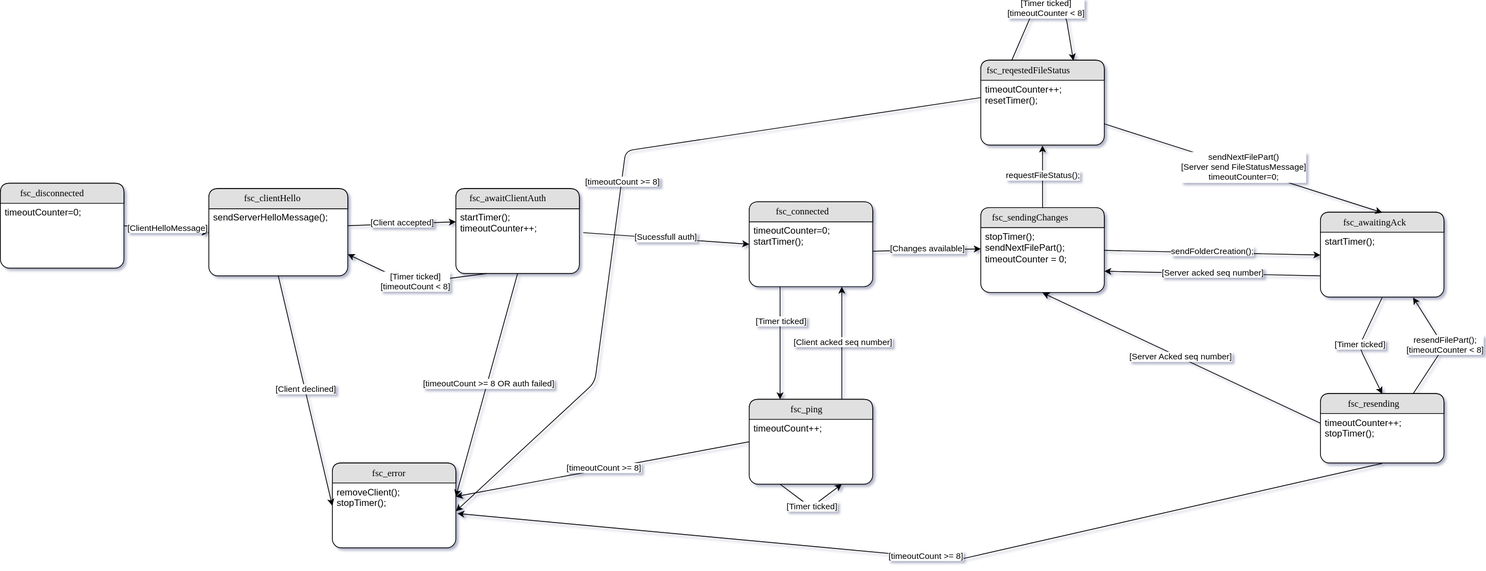
This is FileServerClientStateChart.svg from COM8/proto-assignments, a draw.io export, as it was before one commit. Source tidied: cells renumbered, new cells last; positions are measured from the earlier drawing's top-left corner, leaving out a move shared by most shapes.
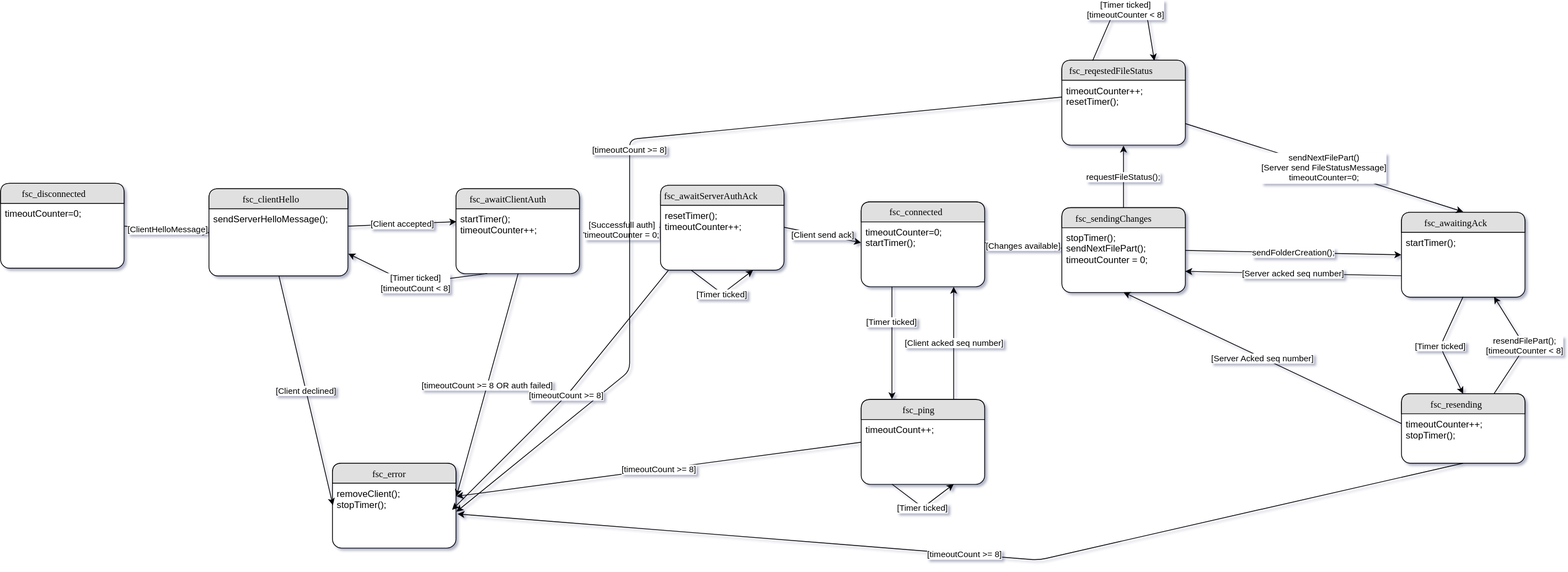
The same file after the commit.

Commit message:
Updated the state chart

What changed in the source:
```diff
@@ -3,37 +3,37 @@
     <mxCell id="0" />
     <mxCell id="1" parent="0" />
     <mxCell id="2" value="fsc_disconnected" style="swimlane;html=1;fontStyle=0;horizontal=1;startSize=26;fillColor=#e0e0e0;swimlaneFillColor=#ffffff;align=center;rounded=1;shadow=0;comic=0;labelBackgroundColor=none;strokeColor=#000000;strokeWidth=1;fontFamily=Verdana;fontSize=12;fontColor=#000000;" parent="1" vertex="1">
-      <mxGeometry y="229" width="160" height="110" as="geometry" />
+      <mxGeometry x="-105" y="229" width="160" height="110" as="geometry" />
     </mxCell>
     <mxCell id="3" value="&lt;div&gt;timeoutCounter=0;&lt;/div&gt;" style="text;html=1;strokeColor=none;fillColor=none;spacingLeft=4;spacingRight=4;whiteSpace=wrap;overflow=hidden;" parent="2" vertex="1">
       <mxGeometry y="26" width="160" height="44" as="geometry" />
     </mxCell>
     <mxCell id="4" value="fsc_clientHello" style="swimlane;html=1;fontStyle=0;horizontal=1;startSize=26;fillColor=#e0e0e0;swimlaneFillColor=#ffffff;align=center;rounded=1;shadow=0;comic=0;labelBackgroundColor=none;strokeColor=#000000;strokeWidth=1;fontFamily=Verdana;fontSize=12;fontColor=#000000;" parent="1" vertex="1">
-      <mxGeometry x="270" y="236" width="180" height="113" as="geometry" />
+      <mxGeometry x="165" y="236" width="180" height="113" as="geometry" />
     </mxCell>
     <mxCell id="5" value="&lt;div&gt;sendServerHelloMessage();&lt;/div&gt;" style="text;html=1;strokeColor=none;fillColor=none;spacingLeft=4;spacingRight=4;whiteSpace=wrap;overflow=hidden;points=[[0,0.5],[1,0.5]];portConstraint=eastwest;" parent="4" vertex="1">
       <mxGeometry y="26" width="180" height="44" as="geometry" />
     </mxCell>
     <mxCell id="6" value="fsc_awaitClientAuth" style="swimlane;html=1;fontStyle=0;horizontal=1;startSize=26;fillColor=#e0e0e0;swimlaneFillColor=#ffffff;align=center;rounded=1;shadow=0;comic=0;labelBackgroundColor=none;strokeColor=#000000;strokeWidth=1;fontFamily=Verdana;fontSize=12;fontColor=#000000;" parent="1" vertex="1">
-      <mxGeometry x="590" y="236" width="160" height="110" as="geometry" />
+      <mxGeometry x="485" y="236" width="160" height="110" as="geometry" />
     </mxCell>
     <mxCell id="7" value="&lt;div&gt;startTimer();&lt;/div&gt;&lt;div&gt;timeoutCounter++;&lt;br&gt;&lt;/div&gt;" style="text;html=1;strokeColor=none;fillColor=none;spacingLeft=4;spacingRight=4;whiteSpace=wrap;overflow=hidden;points=[[0,0.5],[1,0.5]];portConstraint=eastwest;" parent="6" vertex="1">
       <mxGeometry y="26" width="160" height="34" as="geometry" />
     </mxCell>
     <mxCell id="8" value="fsc_ping" style="swimlane;html=1;fontStyle=0;horizontal=1;startSize=26;fillColor=#e0e0e0;swimlaneFillColor=#ffffff;align=center;rounded=1;shadow=0;comic=0;labelBackgroundColor=none;strokeColor=#000000;strokeWidth=1;fontFamily=Verdana;fontSize=12;fontColor=#000000;" parent="1" vertex="1">
-      <mxGeometry x="970" y="509" width="160" height="110" as="geometry" />
+      <mxGeometry x="1010" y="509" width="160" height="110" as="geometry" />
     </mxCell>
     <mxCell id="9" value="timeoutCount++;" style="text;html=1;strokeColor=none;fillColor=none;spacingLeft=4;spacingRight=4;whiteSpace=wrap;overflow=hidden;" parent="8" vertex="1">
       <mxGeometry y="26" width="160" height="26" as="geometry" />
     </mxCell>
     <mxCell id="10" value="fsc_connected" style="swimlane;html=1;fontStyle=0;horizontal=1;startSize=26;fillColor=#e0e0e0;swimlaneFillColor=#ffffff;align=center;rounded=1;shadow=0;comic=0;labelBackgroundColor=none;strokeColor=#000000;strokeWidth=1;fontFamily=Verdana;fontSize=12;fontColor=#000000;" parent="1" vertex="1">
-      <mxGeometry x="970" y="253" width="160" height="110" as="geometry" />
+      <mxGeometry x="1010" y="253" width="160" height="110" as="geometry" />
     </mxCell>
     <mxCell id="11" value="&lt;div&gt;timeoutCounter=0;&lt;/div&gt;&lt;div&gt;startTimer();&lt;br&gt;&lt;/div&gt;" style="text;html=1;strokeColor=none;fillColor=none;spacingLeft=4;spacingRight=4;whiteSpace=wrap;overflow=hidden;points=[[0,0.5],[1,0.5]];portConstraint=eastwest;" parent="10" vertex="1">
       <mxGeometry y="26" width="160" height="54" as="geometry" />
     </mxCell>
     <mxCell id="12" value="fsc_error" style="swimlane;html=1;fontStyle=0;horizontal=1;startSize=26;fillColor=#e0e0e0;swimlaneFillColor=#ffffff;align=center;rounded=1;shadow=0;comic=0;labelBackgroundColor=none;strokeColor=#000000;strokeWidth=1;fontFamily=Verdana;fontSize=12;fontColor=#000000;" parent="1" vertex="1">
-      <mxGeometry x="430" y="591.5" width="160" height="110" as="geometry" />
+      <mxGeometry x="325" y="591.5" width="160" height="110" as="geometry" />
     </mxCell>
     <mxCell id="13" value="&lt;div&gt;removeClient();&lt;/div&gt;&lt;div&gt;stopTimer();&lt;br&gt;&lt;/div&gt;" style="text;html=1;strokeColor=none;fillColor=none;spacingLeft=4;spacingRight=4;whiteSpace=wrap;overflow=hidden;points=[[0,0.5],[1,0.5]];portConstraint=eastwest;" parent="12" vertex="1">
       <mxGeometry y="26" width="160" height="34" as="geometry" />
@@ -50,14 +50,14 @@
     <mxCell id="17" value="&lt;div&gt;[Timer ticked]&lt;/div&gt;&lt;div&gt;[timeoutCount &amp;lt; 8]&lt;br&gt;&lt;/div&gt;" style="endArrow=classic;html=1;exitX=0.25;exitY=1;entryX=1;entryY=0.75;" parent="1" edge="1" source="6" target="4">
       <mxGeometry relative="1" as="geometry">
         <Array as="points">
-          <mxPoint x="530" y="359" />
+          <mxPoint x="425" y="359" />
         </Array>
       </mxGeometry>
     </mxCell>
     <mxCell id="18" value="[timeoutCount &amp;gt;= 8 OR auth failed]" style="endArrow=classic;html=1;exitX=0.5;exitY=1;entryX=1;entryY=0.5;" parent="1" edge="1" source="6" target="13">
       <mxGeometry relative="1" as="geometry" />
     </mxCell>
-    <mxCell id="19" value="[Sucessfull auth]" style="endArrow=classic;html=1;exitX=1.031;exitY=0.912;exitPerimeter=0;entryX=0;entryY=0.5;" parent="1" edge="1" source="7" target="10">
+    <mxCell id="19" value="&lt;div&gt;[Successfull auth]&lt;/div&gt;&lt;div&gt;timeoutCounter = 0;&lt;br&gt;&lt;/div&gt;" style="endArrow=classic;html=1;exitX=1.031;exitY=0.912;exitPerimeter=0;entryX=0;entryY=0.5;" parent="1" edge="1" source="7" target="43">
       <mxGeometry relative="1" as="geometry" />
     </mxCell>
     <mxCell id="20" value="[Timer ticked]" style="endArrow=classic;html=1;exitX=0.25;exitY=1;entryX=0.25;entryY=0;" parent="1" edge="1" source="10" target="8">
@@ -69,7 +69,7 @@
     <mxCell id="22" value="[Timer ticked]" style="endArrow=classic;html=1;exitX=0.25;exitY=1;entryX=0.75;entryY=1;" parent="1" edge="1" source="8" target="8">
       <mxGeometry relative="1" as="geometry">
         <Array as="points">
-          <mxPoint x="1050" y="649" />
+          <mxPoint x="1090" y="649" />
         </Array>
       </mxGeometry>
     </mxCell>
@@ -134,10 +134,8 @@
         </Array>
       </mxGeometry>
     </mxCell>
-    <mxCell id="39" value="[Changes available]" style="endArrow=classic;html=1;entryX=0;entryY=0.5;" parent="1" edge="1" target="28">
-      <mxGeometry relative="1" as="geometry">
-        <mxPoint x="1130" y="317" as="sourcePoint" />
-      </mxGeometry>
+    <mxCell id="39" value="[Changes available]" style="endArrow=classic;html=1;entryX=0;entryY=0.5;exitX=1;exitY=0.5;" parent="1" edge="1" source="11" target="28">
+      <mxGeometry relative="1" as="geometry" />
     </mxCell>
     <mxCell id="40" value="[timeoutCount &amp;gt;= 8]" style="endArrow=classic;html=1;exitX=0;exitY=0.5;entryX=1;entryY=0.5;" parent="1" edge="1" source="8" target="13">
       <mxGeometry relative="1" as="geometry" />
@@ -145,8 +143,8 @@
     <mxCell id="41" value="[timeoutCount &amp;gt;= 8]" style="endArrow=classic;html=1;exitX=0;exitY=0.5;entryX=1;entryY=1.074;entryPerimeter=0;" parent="1" edge="1" source="24" target="13">
       <mxGeometry relative="1" as="geometry">
         <Array as="points">
-          <mxPoint x="810" y="187" />
-          <mxPoint x="770" y="487" />
+          <mxPoint x="710" y="172" />
+          <mxPoint x="710" y="472" />
         </Array>
       </mxGeometry>
     </mxCell>
@@ -157,5 +155,30 @@
         </Array>
       </mxGeometry>
     </mxCell>
+    <mxCell id="43" value="&lt;div&gt;&lt;div&gt;&lt;span&gt;fsc_awaitServerAuthAck&lt;/span&gt;&lt;/div&gt;&lt;/div&gt;" style="swimlane;html=1;fontStyle=0;horizontal=1;startSize=26;fillColor=#e0e0e0;swimlaneFillColor=#ffffff;align=center;rounded=1;shadow=0;comic=0;labelBackgroundColor=none;strokeColor=#000000;strokeWidth=1;fontFamily=Verdana;fontSize=12;fontColor=#000000;" parent="1" vertex="1">
+      <mxGeometry x="750" y="231.5" width="160" height="110" as="geometry" />
+    </mxCell>
+    <mxCell id="44" value="&lt;div&gt;resetTimer();&lt;/div&gt;&lt;div&gt;timeoutCounter++;&lt;br&gt;&lt;/div&gt;" style="text;html=1;strokeColor=none;fillColor=none;spacingLeft=4;spacingRight=4;whiteSpace=wrap;overflow=hidden;" parent="43" vertex="1">
+      <mxGeometry y="26" width="160" height="34" as="geometry" />
+    </mxCell>
+    <mxCell id="45" value="[Client send ack]" style="endArrow=classic;html=1;exitX=1;exitY=0.5;entryX=0;entryY=0.5;" parent="1" edge="1" source="43" target="11">
+      <mxGeometry relative="1" as="geometry" />
+    </mxCell>
+    <mxCell id="46" value="[Timer ticked]" style="endArrow=classic;html=1;exitX=0.25;exitY=1;entryX=0.75;entryY=1;" parent="1" edge="1" source="43" target="43">
+      <mxGeometry relative="1" as="geometry">
+        <Array as="points">
+          <mxPoint x="830" y="372" />
+        </Array>
+      </mxGeometry>
+    </mxCell>
+    <mxCell id="47" value="&lt;div&gt;[timeoutCount &amp;gt;= 8]&lt;/div&gt;" style="endArrow=classic;html=1;" parent="1" edge="1">
+      <mxGeometry relative="1" as="geometry">
+        <mxPoint x="760" y="342" as="sourcePoint" />
+        <mxPoint x="480" y="652" as="targetPoint" />
+        <Array as="points">
+          <mxPoint x="630" y="502" />
+        </Array>
+      </mxGeometry>
+    </mxCell>
   </root>
 </mxGraphModel>
```
